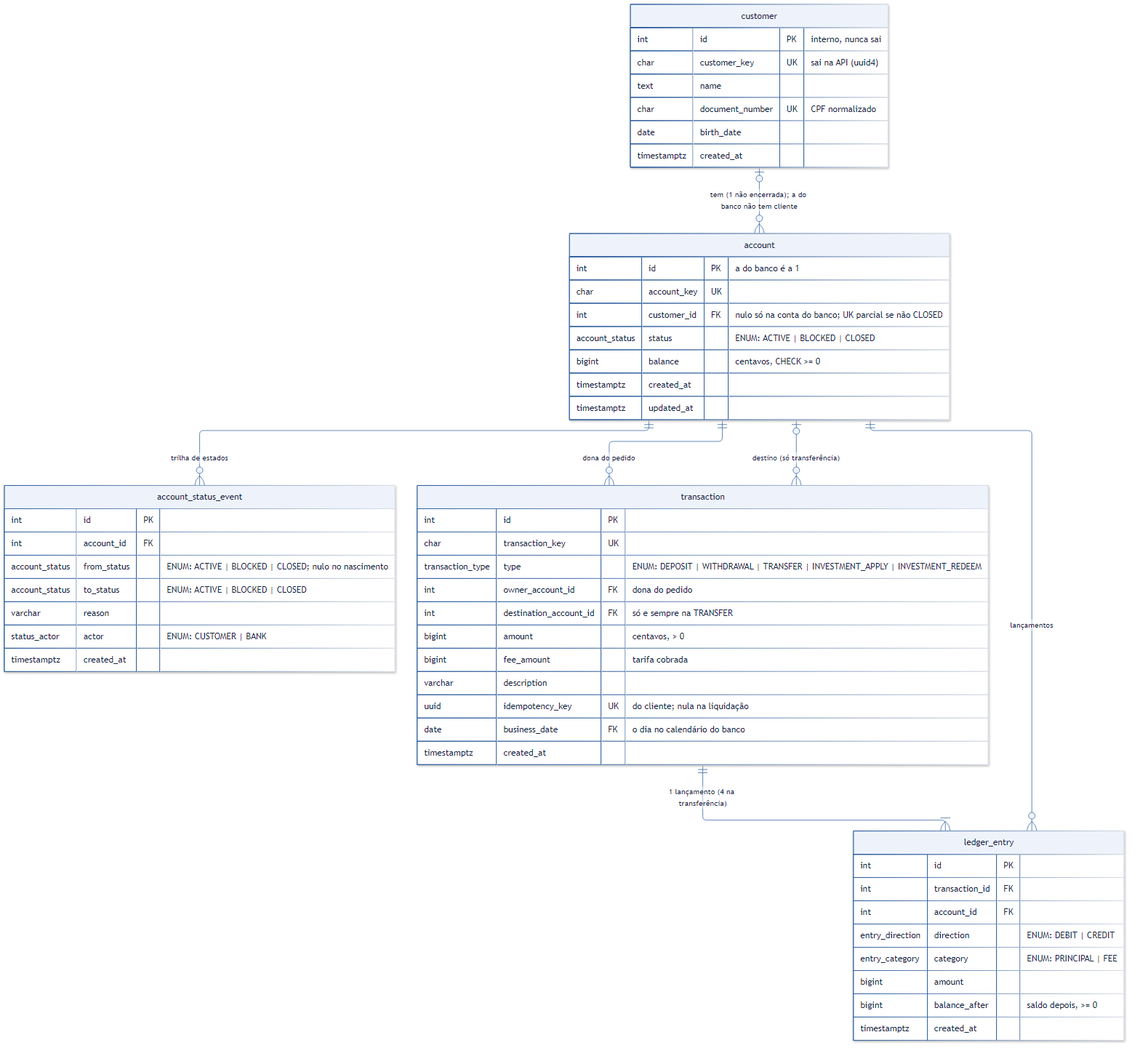
This is docs/diagramas/er-nucleo.png from heluylucas/bootcamp-qi-tech-presidas-, a Mermaid export, as it was before one commit. Its source is kept beside it as docs/diagramas/er-nucleo.mmd.
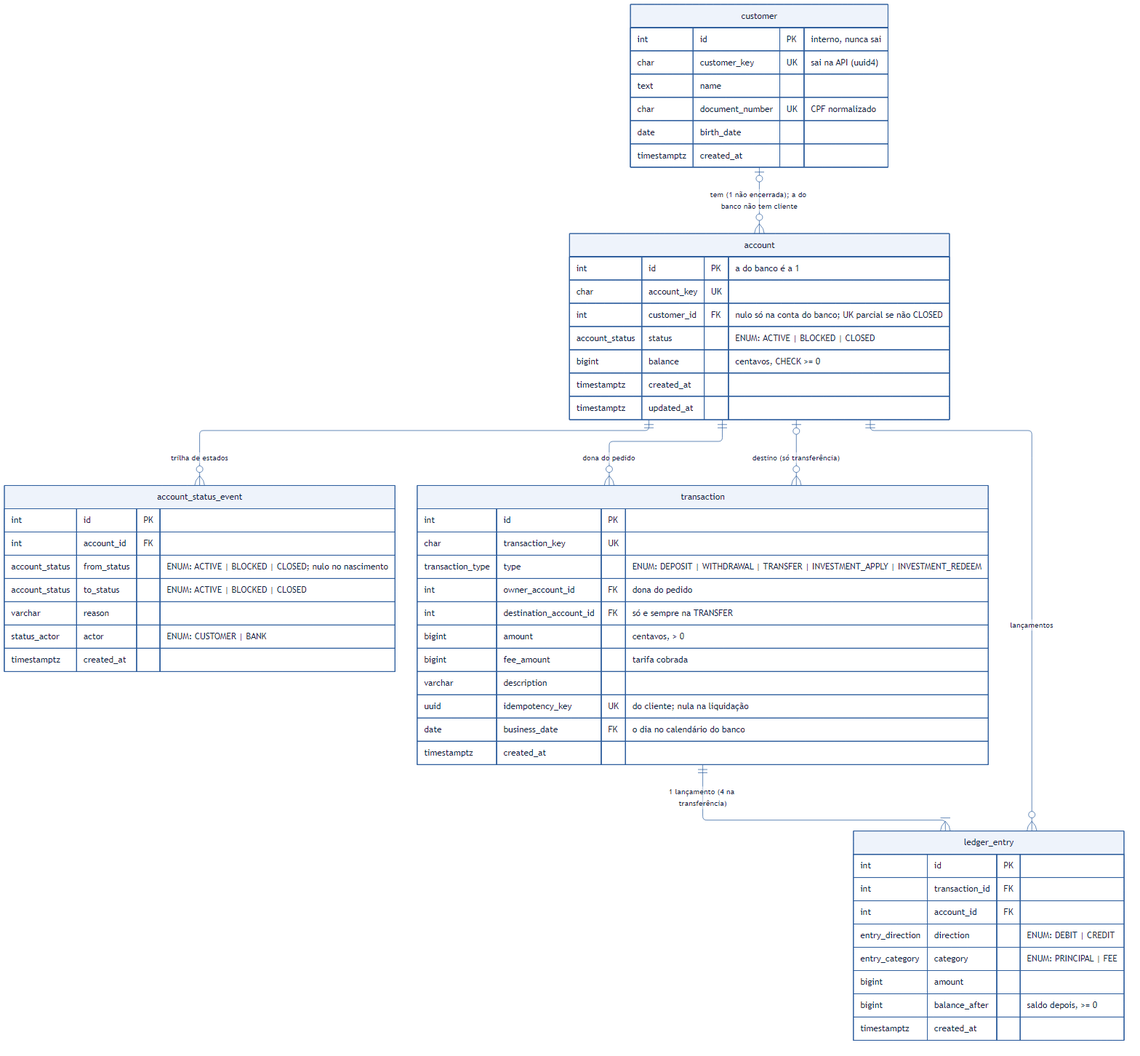
Later version of the same file.

Diff of the diagram source:
```diff
@@ -1,5 +1,6 @@
 ---
 config:
+  look: classic
   theme: base
   themeVariables:
     primaryColor: "#eef3fb"
```
